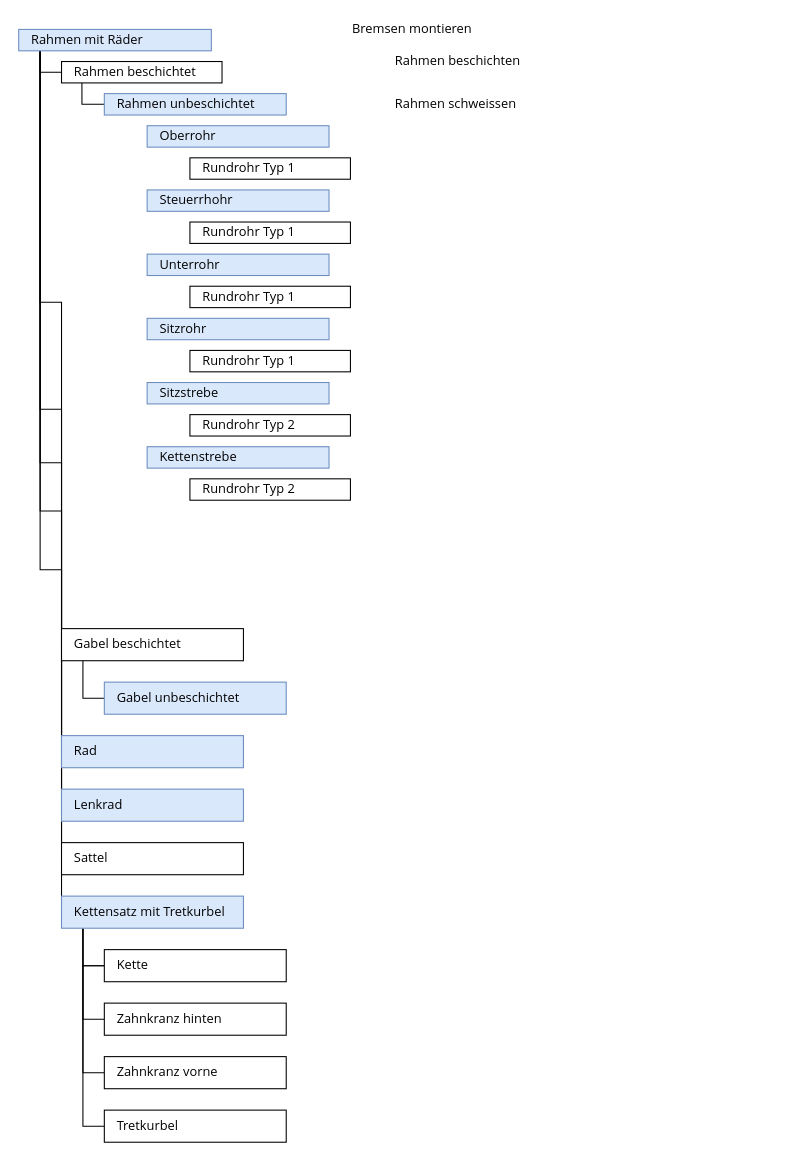
Earlier version of the draw.io diagram Notes Kurt Gisler/Item Structure Beispiel Produkt Fahrrad.drawio (Mint-System/Odoo-Wiki). Source tidied: cells renumbered, new cells numbered last; positions are measured from the earlier drawing's top-left corner, leaving out a move shared by most shapes. Both pictures are drawn from the tidied source at 107%, with x=0, y=0 at pixel (18, 18).
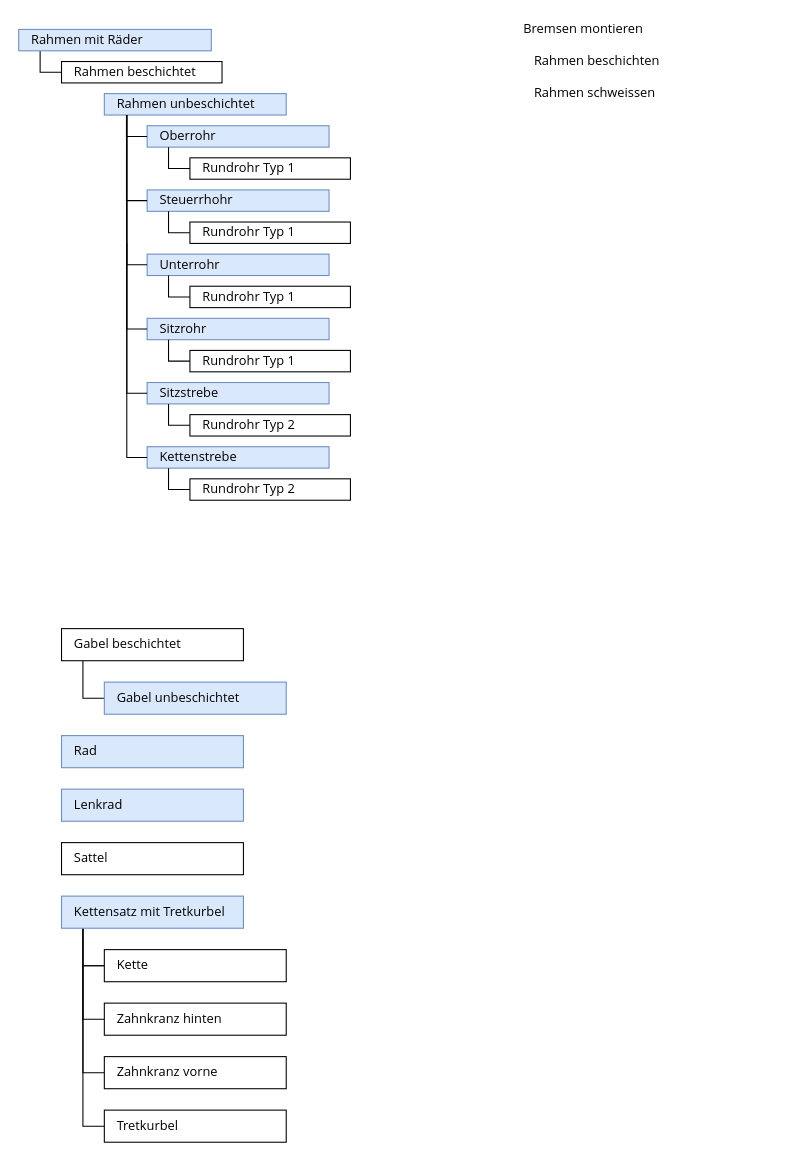
The same page after the edit.

Unchanged cells that the change refers to:
```xml
<mxCell id="8" value="&lt;font face=&quot;Open Sans&quot;&gt;Rahmen mit Räder&lt;/font&gt;" style="rounded=0;whiteSpace=wrap;html=1;fillColor=#dae8fc;strokeColor=#6c8ebf;align=left;spacingLeft=10;" parent="1" vertex="1">
  <mxGeometry y="10" width="180" height="20" as="geometry" />
</mxCell>
<mxCell id="10" value="&lt;font face=&quot;Open Sans&quot;&gt;Rahmen beschichtet&lt;/font&gt;" style="rounded=0;whiteSpace=wrap;html=1;spacingLeft=10;align=left;" parent="1" vertex="1">
  <mxGeometry x="40" y="40" width="150" height="20" as="geometry" />
</mxCell>
<mxCell id="11" value="&lt;font face=&quot;Open Sans&quot;&gt;Rahmen unbeschichtet&lt;/font&gt;" style="rounded=0;whiteSpace=wrap;html=1;align=left;spacingLeft=10;fillColor=#dae8fc;strokeColor=#6c8ebf;" parent="1" vertex="1">
  <mxGeometry x="80" y="70" width="170" height="20" as="geometry" />
</mxCell>
<mxCell id="14" value="&lt;font face=&quot;Open Sans&quot;&gt;Rad&lt;/font&gt;" style="rounded=0;whiteSpace=wrap;html=1;spacingLeft=10;align=left;fillColor=#dae8fc;strokeColor=#6c8ebf;" parent="1" vertex="1">
  <mxGeometry x="40" y="670" width="170" height="30" as="geometry" />
</mxCell>
<mxCell id="16" value="&lt;font face=&quot;Open Sans&quot;&gt;Sattel&lt;/font&gt;" style="rounded=0;whiteSpace=wrap;html=1;spacingLeft=10;align=left;" parent="1" vertex="1">
  <mxGeometry x="40" y="770" width="170" height="30" as="geometry" />
</mxCell>
<mxCell id="18" value="&lt;font face=&quot;Open Sans&quot;&gt;Gabel beschichtet&lt;/font&gt;" style="rounded=0;whiteSpace=wrap;html=1;spacingLeft=10;align=left;" parent="1" vertex="1">
  <mxGeometry x="40" y="570" width="170" height="30" as="geometry" />
</mxCell>
<mxCell id="22" value="&lt;font face=&quot;Open Sans&quot;&gt;Kettensatz mit Tretkurbel&lt;/font&gt;" style="rounded=0;whiteSpace=wrap;html=1;spacingLeft=10;align=left;fillColor=#dae8fc;strokeColor=#6c8ebf;" parent="1" vertex="1">
  <mxGeometry x="40" y="820" width="170" height="30" as="geometry" />
</mxCell>
<mxCell id="23" value="&lt;font face=&quot;Open Sans&quot;&gt;Lenkrad&lt;/font&gt;" style="rounded=0;whiteSpace=wrap;html=1;spacingLeft=10;align=left;fillColor=#dae8fc;strokeColor=#6c8ebf;" parent="1" vertex="1">
  <mxGeometry x="40" y="720" width="170" height="30" as="geometry" />
</mxCell>
<mxCell id="30" value="&lt;font face=&quot;Open Sans&quot;&gt;Rundrohr Typ 1&lt;/font&gt;" style="rounded=0;whiteSpace=wrap;html=1;spacingLeft=10;align=left;" parent="1" vertex="1">
  <mxGeometry x="160" y="130" width="150" height="20" as="geometry" />
</mxCell>
<mxCell id="31" value="&lt;font face=&quot;Open Sans&quot;&gt;Oberrohr&lt;/font&gt;" style="rounded=0;whiteSpace=wrap;html=1;align=left;spacingLeft=10;fillColor=#dae8fc;strokeColor=#6c8ebf;" parent="1" vertex="1">
  <mxGeometry x="120" y="100" width="170" height="20" as="geometry" />
</mxCell>
<mxCell id="32" value="&lt;font face=&quot;Open Sans&quot;&gt;Steuerrhohr&lt;br&gt;&lt;/font&gt;" style="rounded=0;whiteSpace=wrap;html=1;align=left;spacingLeft=10;fillColor=#dae8fc;strokeColor=#6c8ebf;" parent="1" vertex="1">
  <mxGeometry x="120" y="160" width="170" height="20" as="geometry" />
</mxCell>
```

Change to the diagram source:
```diff
@@
-    <mxCell id="3" style="edgeStyle=orthogonalEdgeStyle;rounded=0;jettySize=auto;html=1;endArrow=none;endFill=0;entryX=0;entryY=0.75;entryDx=0;entryDy=0;" parent="1" edge="1" source="8" target="18">
-      <mxGeometry relative="1" as="geometry">
-        <Array as="points">
-          <mxPoint x="20" y="265" />
-          <mxPoint x="40" y="265" />
-        </Array>
-      </mxGeometry>
-    </mxCell>
-    <mxCell id="4" style="edgeStyle=orthogonalEdgeStyle;rounded=0;jettySize=auto;html=1;endArrow=none;endFill=0;entryX=0;entryY=0.5;entryDx=0;entryDy=0;" parent="1" edge="1" source="8" target="14">
-      <mxGeometry relative="1" as="geometry">
-        <Array as="points">
-          <mxPoint x="20" y="365" />
-        </Array>
-      </mxGeometry>
-    </mxCell>
-    <mxCell id="5" style="edgeStyle=orthogonalEdgeStyle;rounded=0;jettySize=auto;html=1;endArrow=none;endFill=0;entryX=0;entryY=0.5;entryDx=0;entryDy=0;" parent="1" edge="1" source="8" target="23">
-      <mxGeometry relative="1" as="geometry">
-        <Array as="points">
-          <mxPoint x="20" y="415" />
-        </Array>
-      </mxGeometry>
-    </mxCell>
-    <mxCell id="6" style="edgeStyle=orthogonalEdgeStyle;rounded=0;jettySize=auto;html=1;endArrow=none;endFill=0;entryX=0;entryY=0.5;entryDx=0;entryDy=0;" parent="1" edge="1" source="8" target="16">
-      <mxGeometry relative="1" as="geometry">
-        <Array as="points">
-          <mxPoint x="20" y="460" />
-          <mxPoint x="40" y="460" />
-        </Array>
-      </mxGeometry>
-    </mxCell>
-    <mxCell id="7" style="edgeStyle=orthogonalEdgeStyle;rounded=0;jettySize=auto;html=1;endArrow=none;endFill=0;entryX=0;entryY=0.5;entryDx=0;entryDy=0;" parent="1" edge="1" source="8" target="22">
-      <mxGeometry relative="1" as="geometry">
-        <Array as="points">
-          <mxPoint x="20" y="515" />
-        </Array>
-      </mxGeometry>
-    </mxCell>
@@
-    <mxCell id="9" style="edgeStyle=orthogonalEdgeStyle;rounded=0;jettySize=auto;html=1;endArrow=none;endFill=0;exitX=0.127;exitY=0.967;exitDx=0;exitDy=0;exitPerimeter=0;entryX=0;entryY=0.5;entryDx=0;entryDy=0;" parent="1" edge="1" source="10" target="11">
-      <mxGeometry relative="1" as="geometry">
-        <Array as="points">
-          <mxPoint x="59" y="80" />
-        </Array>
-      </mxGeometry>
-    </mxCell>
@@
     <mxCell id="12" value="&lt;font face=&quot;Open Sans&quot;&gt;Rahmen beschichten&lt;/font&gt;" style="rounded=0;whiteSpace=wrap;html=1;spacingLeft=10;align=left;strokeColor=none;" parent="1" vertex="1">
-      <mxGeometry x="340" y="30" width="240" height="20" as="geometry" />
+      <mxGeometry x="470" y="30" width="240" height="20" as="geometry" />
     </mxCell>
     <mxCell id="13" value="&lt;font face=&quot;Open Sans&quot;&gt;Rahmen schweissen&lt;/font&gt;" style="rounded=0;whiteSpace=wrap;html=1;spacingLeft=10;align=left;strokeColor=none;" parent="1" vertex="1">
-      <mxGeometry x="340" y="70" width="240" height="20" as="geometry" />
+      <mxGeometry x="470" y="60" width="240" height="20" as="geometry" />
     </mxCell>
@@
     <mxCell id="15" value="&lt;font face=&quot;Open Sans&quot;&gt;Bremsen montieren&lt;/font&gt;" style="rounded=0;whiteSpace=wrap;html=1;spacingLeft=10;align=left;strokeColor=none;" parent="1" vertex="1">
-      <mxGeometry x="300" width="240" height="20" as="geometry" />
+      <mxGeometry x="460" width="240" height="20" as="geometry" />
     </mxCell>
@@
+    <mxCell id="42" style="edgeStyle=orthogonalEdgeStyle;rounded=0;jettySize=auto;html=1;endArrow=none;endFill=0;entryX=0;entryY=0.5;entryDx=0;entryDy=0;exitX=0.122;exitY=1.017;exitDx=0;exitDy=0;exitPerimeter=0;" parent="1" edge="1" source="11" target="31">
+      <mxGeometry relative="1" as="geometry">
+        <Array as="points">
+          <mxPoint x="101" y="110" />
+        </Array>
+      </mxGeometry>
+    </mxCell>
+    <mxCell id="43" style="edgeStyle=orthogonalEdgeStyle;rounded=0;jettySize=auto;html=1;endArrow=none;endFill=0;entryX=0;entryY=0.5;entryDx=0;entryDy=0;" parent="1" edge="1" source="31" target="30">
+      <mxGeometry relative="1" as="geometry">
+        <Array as="points">
+          <mxPoint x="140" y="140" />
+        </Array>
+      </mxGeometry>
+    </mxCell>
+    <mxCell id="44" style="edgeStyle=orthogonalEdgeStyle;rounded=0;orthogonalLoop=1;jettySize=auto;html=1;endArrow=none;endFill=0;entryX=0;entryY=0.5;entryDx=0;entryDy=0;" parent="1" edge="1">
+      <mxGeometry relative="1" as="geometry">
+        <mxPoint x="140" y="180" as="sourcePoint" />
+        <mxPoint x="160" y="200" as="targetPoint" />
+        <Array as="points">
+          <mxPoint x="140" y="200" />
+        </Array>
+      </mxGeometry>
+    </mxCell>
+    <mxCell id="45" style="edgeStyle=orthogonalEdgeStyle;rounded=0;orthogonalLoop=1;jettySize=auto;html=1;endArrow=none;endFill=0;entryX=0;entryY=0.5;entryDx=0;entryDy=0;" parent="1" edge="1">
+      <mxGeometry relative="1" as="geometry">
+        <mxPoint x="140" y="240" as="sourcePoint" />
+        <mxPoint x="160" y="260" as="targetPoint" />
+        <Array as="points">
+          <mxPoint x="140" y="260" />
+        </Array>
+      </mxGeometry>
+    </mxCell>
+    <mxCell id="46" style="edgeStyle=orthogonalEdgeStyle;rounded=0;orthogonalLoop=1;jettySize=auto;html=1;endArrow=none;endFill=0;entryX=0;entryY=0.5;entryDx=0;entryDy=0;" parent="1" edge="1">
+      <mxGeometry relative="1" as="geometry">
+        <mxPoint x="140" y="300" as="sourcePoint" />
+        <mxPoint x="160" y="320" as="targetPoint" />
+        <Array as="points">
+          <mxPoint x="140" y="320" />
+        </Array>
+      </mxGeometry>
+    </mxCell>
+    <mxCell id="47" style="edgeStyle=orthogonalEdgeStyle;rounded=0;orthogonalLoop=1;jettySize=auto;html=1;endArrow=none;endFill=0;entryX=0;entryY=0.5;entryDx=0;entryDy=0;" parent="1" edge="1">
+      <mxGeometry relative="1" as="geometry">
+        <mxPoint x="140" y="360" as="sourcePoint" />
+        <mxPoint x="160" y="380" as="targetPoint" />
+        <Array as="points">
+          <mxPoint x="140" y="380" />
+        </Array>
+      </mxGeometry>
+    </mxCell>
+    <mxCell id="48" style="edgeStyle=orthogonalEdgeStyle;rounded=0;orthogonalLoop=1;jettySize=auto;html=1;endArrow=none;endFill=0;entryX=0;entryY=0.5;entryDx=0;entryDy=0;" parent="1" edge="1">
+      <mxGeometry relative="1" as="geometry">
+        <mxPoint x="140" y="420" as="sourcePoint" />
+        <mxPoint x="160" y="440" as="targetPoint" />
+        <Array as="points">
+          <mxPoint x="140" y="440" />
+        </Array>
+      </mxGeometry>
+    </mxCell>
+    <mxCell id="49" style="edgeStyle=orthogonalEdgeStyle;rounded=0;jettySize=auto;html=1;endArrow=none;endFill=0;entryX=0;entryY=0.5;entryDx=0;entryDy=0;exitX=0.122;exitY=1;exitDx=0;exitDy=0;exitPerimeter=0;" parent="1" edge="1" source="11" target="32">
+      <mxGeometry relative="1" as="geometry">
+        <Array as="points">
+          <mxPoint x="101" y="170" />
+        </Array>
+      </mxGeometry>
+    </mxCell>
+    <mxCell id="50" style="edgeStyle=orthogonalEdgeStyle;rounded=0;orthogonalLoop=1;jettySize=auto;html=1;endArrow=none;endFill=0;entryX=0;entryY=0.5;entryDx=0;entryDy=0;" parent="1" edge="1">
+      <mxGeometry relative="1" as="geometry">
+        <mxPoint x="101" y="90" as="sourcePoint" />
+        <mxPoint x="120" y="230" as="targetPoint" />
+        <Array as="points">
+          <mxPoint x="101" y="230" />
+        </Array>
+      </mxGeometry>
+    </mxCell>
+    <mxCell id="51" style="edgeStyle=orthogonalEdgeStyle;rounded=0;orthogonalLoop=1;jettySize=auto;html=1;endArrow=none;endFill=0;entryX=0;entryY=0.5;entryDx=0;entryDy=0;" parent="1" edge="1">
+      <mxGeometry relative="1" as="geometry">
+        <mxPoint x="101" y="90" as="sourcePoint" />
+        <mxPoint x="120" y="290" as="targetPoint" />
+        <Array as="points">
+          <mxPoint x="101" y="290" />
+        </Array>
+      </mxGeometry>
+    </mxCell>
+    <mxCell id="52" style="edgeStyle=orthogonalEdgeStyle;rounded=0;orthogonalLoop=1;jettySize=auto;html=1;endArrow=none;endFill=0;entryX=0;entryY=0.5;entryDx=0;entryDy=0;" parent="1" edge="1">
+      <mxGeometry relative="1" as="geometry">
+        <mxPoint x="101" y="90" as="sourcePoint" />
+        <mxPoint x="120" y="350" as="targetPoint" />
+        <Array as="points">
+          <mxPoint x="101" y="350" />
+        </Array>
+      </mxGeometry>
+    </mxCell>
+    <mxCell id="53" style="edgeStyle=orthogonalEdgeStyle;rounded=0;orthogonalLoop=1;jettySize=auto;html=1;endArrow=none;endFill=0;entryX=0;entryY=0.5;entryDx=0;entryDy=0;" parent="1" edge="1">
+      <mxGeometry relative="1" as="geometry">
+        <mxPoint x="101" y="210" as="sourcePoint" />
+        <mxPoint x="120" y="410" as="targetPoint" />
+        <Array as="points">
+          <mxPoint x="101" y="410" />
+        </Array>
+      </mxGeometry>
+    </mxCell>
```
